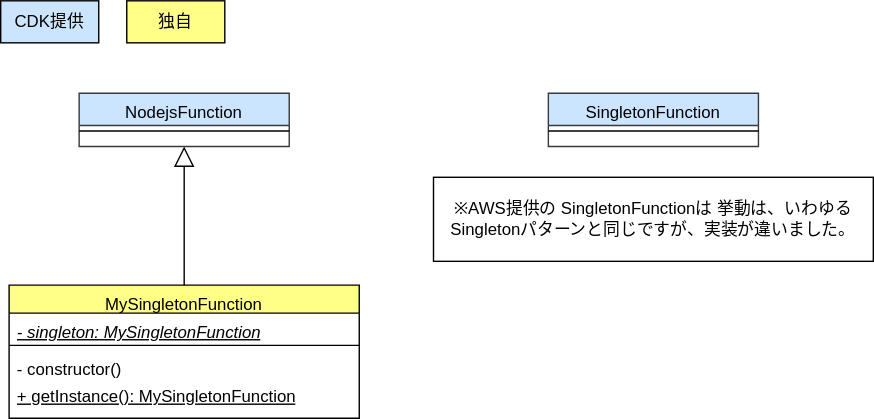
Earlier version of the draw.io export drawio/singleton/singleton-cdk.drawio.svg (go-to-k/cdk-gof-design-pattern). Source tidied: cells renumbered, new cells last; positions are measured from the earlier drawing's top-left corner, leaving out a move shared by most shapes.
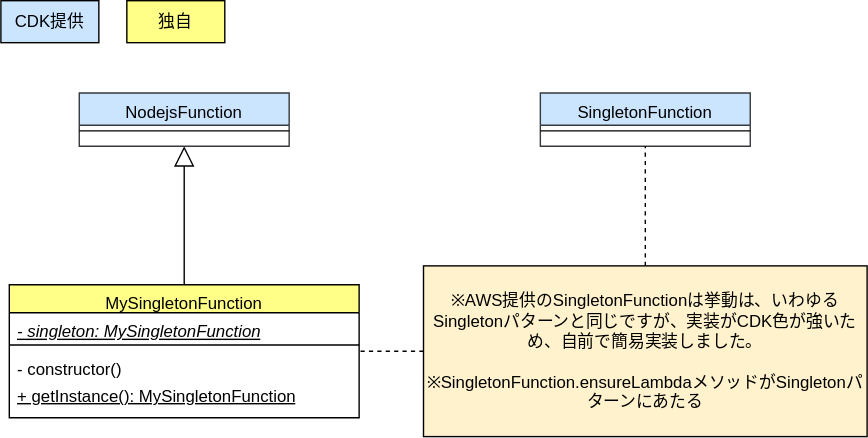
Above is the later version.

Commit message:
update singleton diagrams comments

The edit, as a diff of the source:
```diff
@@ -3,7 +3,7 @@
     <mxCell id="0" />
     <mxCell id="1" parent="0" />
     <mxCell id="2" value="SingletonFunction" style="swimlane;fontStyle=0;align=center;verticalAlign=top;horizontal=1;startSize=23;rounded=0;shadow=0;strokeWidth=1;fillColor=#cce5ff;strokeColor=#36393d;fontColor=#000000;" parent="1" vertex="1">
-      <mxGeometry x="391" y="66" width="150" height="38" as="geometry" />
+      <mxGeometry x="385.5" y="66" width="150" height="38" as="geometry" />
     </mxCell>
     <mxCell id="3" style="line;html=1;strokeWidth=1;align=left;verticalAlign=middle;spacingTop=-1;spacingLeft=3;spacingRight=3;labelPosition=right;fontColor=#000000;strokeColor=#000000;" parent="2" vertex="1">
       <mxGeometry y="23" width="150" height="8" as="geometry" />
@@ -14,9 +14,6 @@
     <mxCell id="5" value="CDK提供" style="rounded=0;whiteSpace=wrap;html=1;fillColor=#cce5ff;strokeColor=#000000;fontColor=#000000;" parent="1" vertex="1">
       <mxGeometry width="70" height="30" as="geometry" />
     </mxCell>
-    <mxCell id="6" value="※AWS提供の&lt;span style=&quot;&quot;&gt;SingletonFunctionは&lt;/span&gt;挙動は、いわゆるSingletonパターンと同じですが、実装が違いました。" style="rounded=0;whiteSpace=wrap;html=1;fontColor=#000000;strokeColor=#000000;fillColor=#FFFFFF;" parent="1" vertex="1">
-      <mxGeometry x="309" y="126" width="314" height="60" as="geometry" />
-    </mxCell>
     <mxCell id="7" value="MySingletonFunction" style="swimlane;fontStyle=0;align=center;verticalAlign=top;horizontal=1;startSize=20;rounded=0;shadow=0;strokeWidth=1;fillColor=#ffff88;strokeColor=#000000;fontColor=#000000;" parent="1" vertex="1">
       <mxGeometry x="6" y="203" width="250" height="95" as="geometry" />
     </mxCell>
@@ -41,5 +38,14 @@
     <mxCell id="14" style="line;html=1;strokeWidth=1;align=left;verticalAlign=middle;spacingTop=-1;spacingLeft=3;spacingRight=3;labelPosition=right;fontColor=#000000;strokeColor=#000000;" parent="13" vertex="1">
       <mxGeometry y="23" width="150" height="8" as="geometry" />
     </mxCell>
+    <mxCell id="15" value="※AWS提供のSingletonFunctionは挙動は、いわゆるSingletonパターンと同じですが、実装がCDK色が強いため、自前で簡易実装しました。&lt;br&gt;&lt;br&gt;※SingletonFunction.ensureLambdaメソッドがSingletonパターンにあたる" style="text;html=1;strokeColor=#000000;fillColor=#fff2cc;align=center;verticalAlign=middle;whiteSpace=wrap;rounded=0;fontColor=#000000;" parent="1" vertex="1">
+      <mxGeometry x="302" y="189.5" width="317" height="122" as="geometry" />
+    </mxCell>
+    <mxCell id="16" style="edgeStyle=none;html=1;dashed=1;strokeColor=#000000;endArrow=none;endFill=0;" parent="1" edge="1" source="15" target="2">
+      <mxGeometry relative="1" as="geometry" />
+    </mxCell>
+    <mxCell id="17" style="edgeStyle=none;html=1;dashed=1;strokeColor=#000000;endArrow=none;endFill=0;" parent="1" edge="1" source="15" target="7">
+      <mxGeometry relative="1" as="geometry" />
+    </mxCell>
   </root>
 </mxGraphModel>
```
